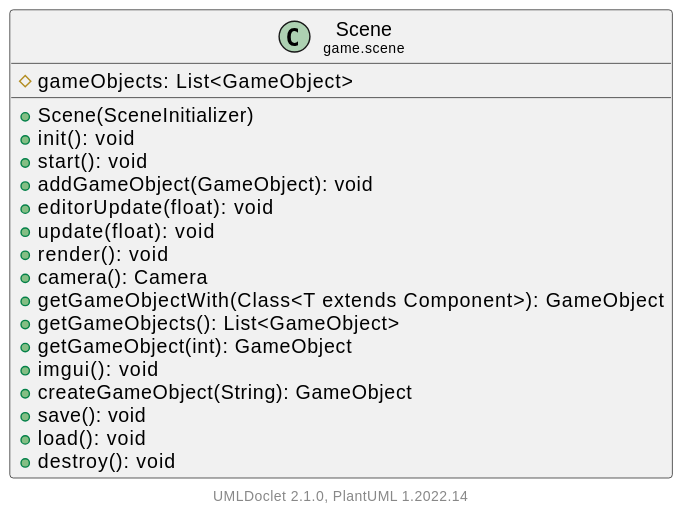
Hirschiii/JavaGameEngine keeps this PlantUML diagram as doc/javadoc/game/scene/Scene.svg. Above is the earlier version.
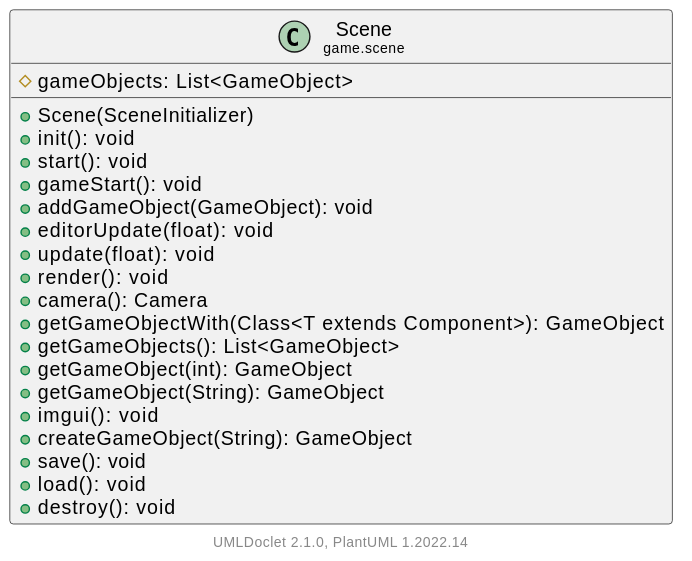
Above is the later version.

What changed in the source:
```diff
@@ -8,6 +8,7 @@
         +Scene(SceneInitializer)
         +init(): void
         +start(): void
+        +gameStart(): void
         +addGameObject(GameObject): void
         +editorUpdate(float): void
         +update(float): void
@@ -16,6 +17,7 @@
         +getGameObjectWith(Class<T extends Component>): GameObject
         +getGameObjects(): List<GameObject>
         +getGameObject(int): GameObject
+        +getGameObject(String): GameObject
         +imgui(): void
         +createGameObject(String): GameObject
         +save(): void
```
